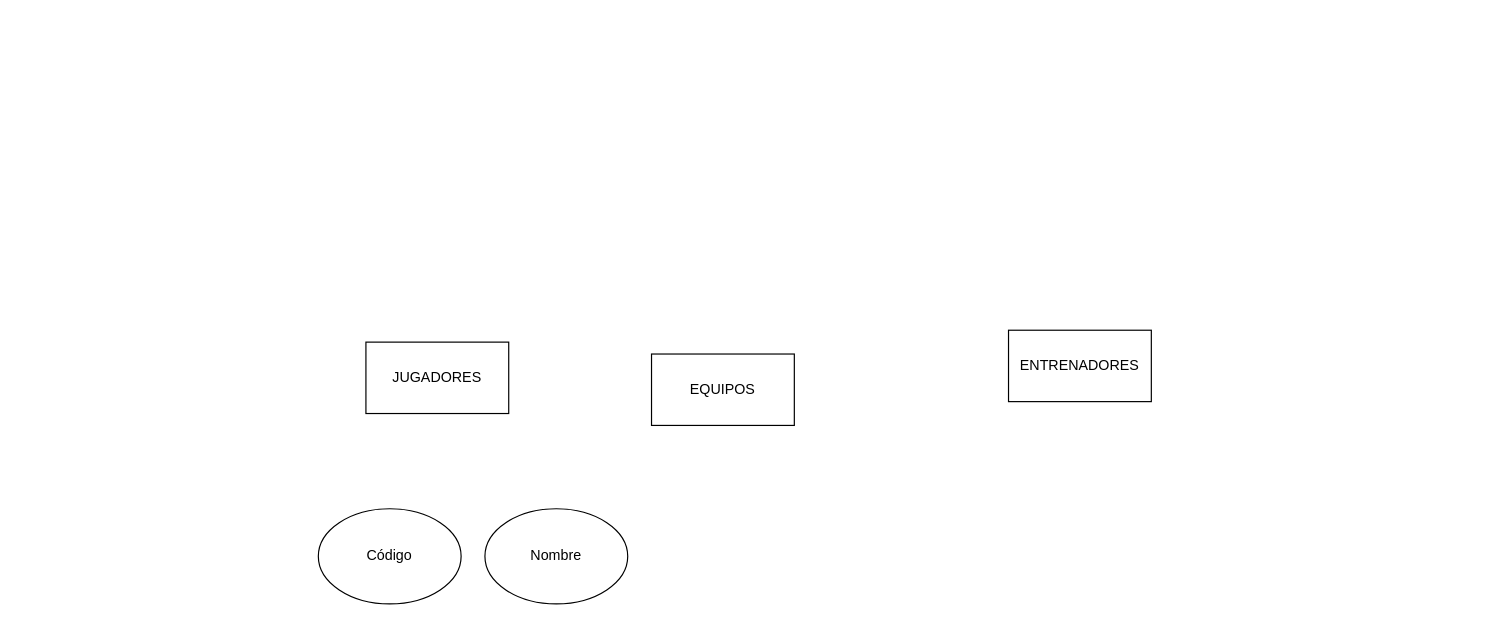
Fonsy/BBDD2021 keeps this draw.io diagram as page "La Liga" (2 of 2) of ejercicios_diagramas_e_r.drawio. Above is the earlier version. Source tidied: cells renumbered, new cells numbered last; positions are measured from the earlier drawing's top-left corner, leaving out a move shared by most shapes. Both pictures are drawn from the tidied source at 119%, with x=0, y=0 at pixel (318, 330).
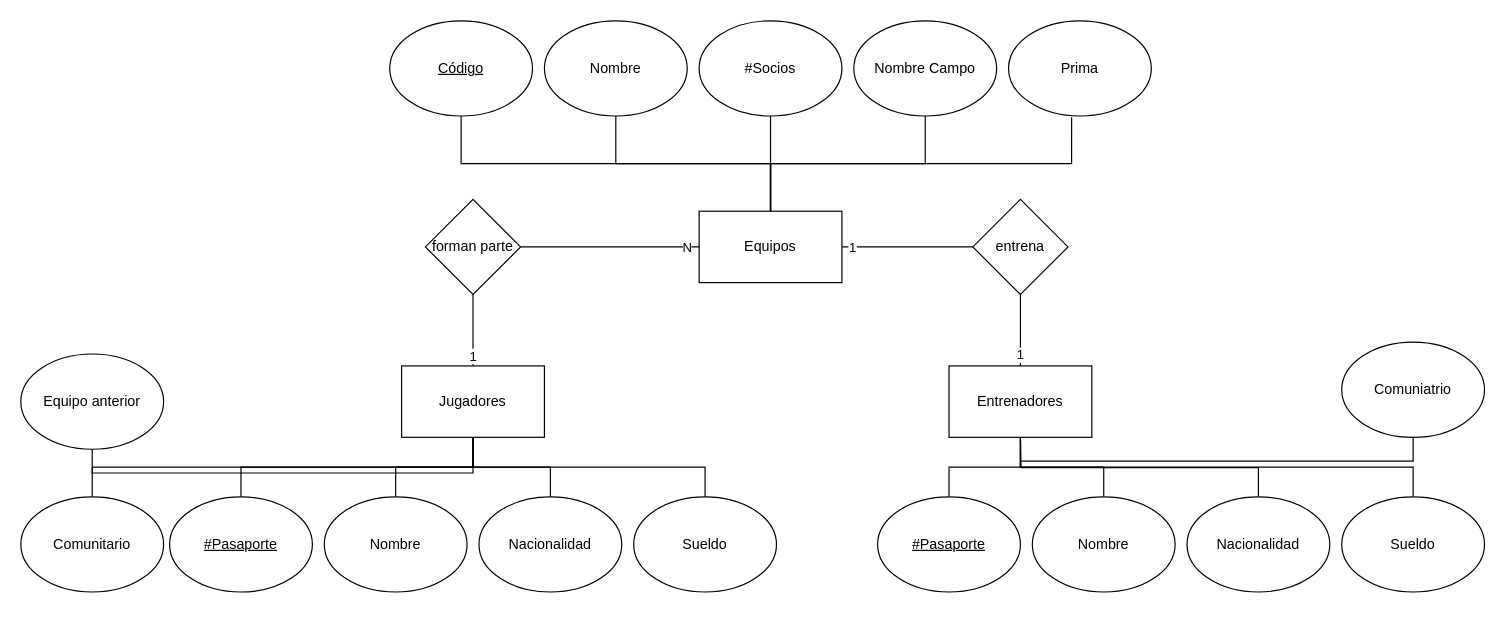
The same diagram, later.

The edit, as a diff of the source:
```diff
@@
+    <mxCell id="7" style="edgeStyle=orthogonalEdgeStyle;rounded=0;jettySize=auto;html=1;endArrow=none;endFill=0;exitX=0.5;exitY=0;exitDx=0;exitDy=0;" parent="1" edge="1" source="2" target="5">
+      <mxGeometry relative="1" as="geometry" />
+    </mxCell>
-    <mxCell id="2" value="EQUIPOS" style="rounded=0;whiteSpace=wrap;html=1;" parent="1" vertex="1">
-      <mxGeometry x="280" y="20" width="120" height="60" as="geometry" />
+    <mxCell id="2" value="Equipos" style="rounded=0;whiteSpace=wrap;html=1;" parent="1" vertex="1">
+      <mxGeometry x="320" y="-100" width="120" height="60" as="geometry" />
     </mxCell>
+    <mxCell id="8" style="edgeStyle=orthogonalEdgeStyle;rounded=0;jettySize=auto;html=1;entryX=0.5;entryY=1;entryDx=0;entryDy=0;endArrow=none;endFill=0;" parent="1" edge="1" source="3" target="21">
+      <mxGeometry relative="1" as="geometry" />
+    </mxCell>
+    <mxCell id="9" value="1" style="edgeLabel;html=1;align=center;verticalAlign=middle;" parent="8" vertex="1">
+      <mxGeometry x="-0.66" y="-1" relative="1" as="geometry">
+        <mxPoint x="-2" as="offset" />
+      </mxGeometry>
+    </mxCell>
-    <mxCell id="3" value="ENTRENADORES" style="rounded=0;whiteSpace=wrap;html=1;" parent="1" vertex="1">
-      <mxGeometry x="580" width="120" height="60" as="geometry" />
+    <mxCell id="3" value="Entrenadores" style="rounded=0;whiteSpace=wrap;html=1;" parent="1" vertex="1">
+      <mxGeometry x="530" y="30" width="120" height="60" as="geometry" />
     </mxCell>
-    <mxCell id="4" value="JUGADORES" style="rounded=0;whiteSpace=wrap;html=1;" parent="1" vertex="1">
-      <mxGeometry x="40" y="10" width="120" height="60" as="geometry" />
+    <mxCell id="4" value="Jugadores" style="rounded=0;whiteSpace=wrap;html=1;" parent="1" vertex="1">
+      <mxGeometry x="70" y="30" width="120" height="60" as="geometry" />
     </mxCell>
-    <mxCell id="5" value="Código" style="ellipse;whiteSpace=wrap;html=1;" parent="1" vertex="1">
-      <mxGeometry y="150" width="120" height="80" as="geometry" />
+    <mxCell id="5" value="Nombre" style="ellipse;whiteSpace=wrap;html=1;" parent="1" vertex="1">
+      <mxGeometry x="190" y="-260" width="120" height="80" as="geometry" />
     </mxCell>
+    <mxCell id="10" style="edgeStyle=orthogonalEdgeStyle;rounded=0;jettySize=auto;html=1;entryX=0.5;entryY=0;entryDx=0;entryDy=0;endArrow=none;endFill=0;" parent="1" edge="1" source="6" target="2">
+      <mxGeometry relative="1" as="geometry" />
+    </mxCell>
-    <mxCell id="6" value="Nombre" style="ellipse;whiteSpace=wrap;html=1;" parent="1" vertex="1">
-      <mxGeometry x="140" y="150" width="120" height="80" as="geometry" />
+    <mxCell id="6" value="#Socios" style="ellipse;whiteSpace=wrap;html=1;" parent="1" vertex="1">
+      <mxGeometry x="320" y="-260" width="120" height="80" as="geometry" />
     </mxCell>
+    <mxCell id="11" style="edgeStyle=orthogonalEdgeStyle;rounded=0;jettySize=auto;html=1;entryX=0.5;entryY=1;entryDx=0;entryDy=0;endArrow=none;endFill=0;" parent="1" edge="1" source="12" target="4">
+      <mxGeometry relative="1" as="geometry" />
+    </mxCell>
+    <mxCell id="12" value="Nombre" style="ellipse;whiteSpace=wrap;html=1;" parent="1" vertex="1">
+      <mxGeometry x="5" y="140" width="120" height="80" as="geometry" />
+    </mxCell>
+    <mxCell id="13" style="edgeStyle=orthogonalEdgeStyle;rounded=0;jettySize=auto;html=1;endArrow=none;endFill=0;exitX=0.5;exitY=0;exitDx=0;exitDy=0;" parent="1" edge="1" source="14" target="4">
+      <mxGeometry relative="1" as="geometry" />
+    </mxCell>
+    <mxCell id="14" value="&lt;u&gt;#Pasaporte&lt;/u&gt;" style="ellipse;whiteSpace=wrap;html=1;" parent="1" vertex="1">
+      <mxGeometry x="-125" y="140" width="120" height="80" as="geometry" />
+    </mxCell>
+    <mxCell id="15" style="edgeStyle=orthogonalEdgeStyle;rounded=0;jettySize=auto;html=1;endArrow=none;endFill=0;" parent="1" edge="1" source="16" target="3">
+      <mxGeometry relative="1" as="geometry" />
+    </mxCell>
+    <mxCell id="16" value="Nombre" style="ellipse;whiteSpace=wrap;html=1;" parent="1" vertex="1">
+      <mxGeometry x="600" y="140" width="120" height="80" as="geometry" />
+    </mxCell>
+    <mxCell id="17" style="edgeStyle=orthogonalEdgeStyle;rounded=0;jettySize=auto;html=1;endArrow=none;endFill=0;" parent="1" edge="1" source="18" target="3">
+      <mxGeometry relative="1" as="geometry" />
+    </mxCell>
+    <mxCell id="18" value="&lt;u&gt;#Pasaporte&lt;/u&gt;" style="ellipse;whiteSpace=wrap;html=1;" parent="1" vertex="1">
+      <mxGeometry x="470" y="140" width="120" height="80" as="geometry" />
+    </mxCell>
+    <mxCell id="19" style="edgeStyle=orthogonalEdgeStyle;rounded=0;jettySize=auto;html=1;endArrow=none;endFill=0;" parent="1" edge="1" source="21" target="2">
+      <mxGeometry relative="1" as="geometry" />
+    </mxCell>
+    <mxCell id="20" value="1" style="edgeLabel;html=1;align=center;verticalAlign=middle;" parent="19" vertex="1">
+      <mxGeometry x="0.7" y="1" relative="1" as="geometry">
+        <mxPoint x="-8" y="-1" as="offset" />
+      </mxGeometry>
+    </mxCell>
+    <mxCell id="21" value="entrena" style="rhombus;whiteSpace=wrap;html=1;" parent="1" vertex="1">
+      <mxGeometry x="550" y="-110" width="80" height="80" as="geometry" />
+    </mxCell>
+    <mxCell id="22" style="edgeStyle=orthogonalEdgeStyle;rounded=0;jettySize=auto;html=1;entryX=0.5;entryY=0;entryDx=0;entryDy=0;endArrow=none;endFill=0;exitX=0.5;exitY=1;exitDx=0;exitDy=0;" parent="1" edge="1" source="23" target="2">
+      <mxGeometry relative="1" as="geometry" />
+    </mxCell>
+    <mxCell id="23" value="Nombre Campo" style="ellipse;whiteSpace=wrap;html=1;" parent="1" vertex="1">
+      <mxGeometry x="450" y="-260" width="120" height="80" as="geometry" />
+    </mxCell>
+    <mxCell id="24" style="edgeStyle=orthogonalEdgeStyle;rounded=0;jettySize=auto;html=1;endArrow=none;endFill=0;exitX=0.5;exitY=1;exitDx=0;exitDy=0;" parent="1" edge="1" source="25" target="2">
+      <mxGeometry relative="1" as="geometry" />
+    </mxCell>
+    <mxCell id="25" value="&lt;u&gt;Código&lt;/u&gt;" style="ellipse;whiteSpace=wrap;html=1;" parent="1" vertex="1">
+      <mxGeometry x="60" y="-260" width="120" height="80" as="geometry" />
+    </mxCell>
+    <mxCell id="26" style="edgeStyle=orthogonalEdgeStyle;rounded=0;jettySize=auto;html=1;endArrow=none;endFill=0;" parent="1" edge="1" source="30" target="4">
+      <mxGeometry relative="1" as="geometry" />
+    </mxCell>
+    <mxCell id="27" value="1" style="edgeLabel;html=1;align=center;verticalAlign=middle;" parent="26" vertex="1">
+      <mxGeometry x="0.65" y="3" relative="1" as="geometry">
+        <mxPoint x="-4" y="1" as="offset" />
+      </mxGeometry>
+    </mxCell>
+    <mxCell id="28" style="edgeStyle=orthogonalEdgeStyle;rounded=0;jettySize=auto;html=1;endArrow=none;endFill=0;" parent="1" edge="1" source="30" target="2">
+      <mxGeometry relative="1" as="geometry" />
+    </mxCell>
+    <mxCell id="29" value="N" style="edgeLabel;html=1;align=center;verticalAlign=middle;" parent="28" vertex="1">
+      <mxGeometry x="0.8" relative="1" as="geometry">
+        <mxPoint x="4" as="offset" />
+      </mxGeometry>
+    </mxCell>
+    <mxCell id="30" value="forman parte" style="rhombus;whiteSpace=wrap;html=1;" parent="1" vertex="1">
+      <mxGeometry x="90" y="-110" width="80" height="80" as="geometry" />
+    </mxCell>
+    <mxCell id="31" style="edgeStyle=orthogonalEdgeStyle;rounded=0;jettySize=auto;html=1;endArrow=none;endFill=0;" parent="1" edge="1" source="32" target="4">
+      <mxGeometry relative="1" as="geometry" />
+    </mxCell>
+    <mxCell id="32" value="Nacionalidad" style="ellipse;whiteSpace=wrap;html=1;" parent="1" vertex="1">
+      <mxGeometry x="135" y="140" width="120" height="80" as="geometry" />
+    </mxCell>
+    <mxCell id="33" style="edgeStyle=orthogonalEdgeStyle;rounded=0;jettySize=auto;html=1;endArrow=none;endFill=0;exitX=0.5;exitY=0;exitDx=0;exitDy=0;" parent="1" edge="1" source="34" target="4">
+      <mxGeometry relative="1" as="geometry" />
+    </mxCell>
+    <mxCell id="34" value="Sueldo" style="ellipse;whiteSpace=wrap;html=1;" parent="1" vertex="1">
+      <mxGeometry x="265" y="140" width="120" height="80" as="geometry" />
+    </mxCell>
+    <mxCell id="35" style="edgeStyle=orthogonalEdgeStyle;rounded=0;jettySize=auto;html=1;endArrow=none;endFill=0;exitX=0.442;exitY=1.013;exitDx=0;exitDy=0;exitPerimeter=0;" parent="1" edge="1" source="36" target="2">
+      <mxGeometry relative="1" as="geometry" />
+    </mxCell>
+    <mxCell id="36" value="Prima" style="ellipse;whiteSpace=wrap;html=1;" parent="1" vertex="1">
+      <mxGeometry x="580" y="-260" width="120" height="80" as="geometry" />
+    </mxCell>
+    <mxCell id="37" style="edgeStyle=orthogonalEdgeStyle;rounded=0;jettySize=auto;html=1;endArrow=none;endFill=0;exitX=0.5;exitY=0;exitDx=0;exitDy=0;" parent="1" edge="1" source="38" target="4">
+      <mxGeometry relative="1" as="geometry" />
+    </mxCell>
+    <mxCell id="38" value="Comunitario" style="ellipse;whiteSpace=wrap;html=1;" parent="1" vertex="1">
+      <mxGeometry x="-250" y="140" width="120" height="80" as="geometry" />
+    </mxCell>
+    <mxCell id="39" style="edgeStyle=orthogonalEdgeStyle;rounded=0;jettySize=auto;html=1;entryX=0.5;entryY=1;entryDx=0;entryDy=0;endArrow=none;endFill=0;exitX=0.5;exitY=1;exitDx=0;exitDy=0;" parent="1" edge="1" source="40" target="4">
+      <mxGeometry relative="1" as="geometry" />
+    </mxCell>
+    <mxCell id="40" value="Equipo anterior" style="ellipse;whiteSpace=wrap;html=1;" parent="1" vertex="1">
+      <mxGeometry x="-250" y="20" width="120" height="80" as="geometry" />
+    </mxCell>
+    <mxCell id="41" style="edgeStyle=orthogonalEdgeStyle;rounded=0;jettySize=auto;html=1;endArrow=none;endFill=0;exitX=0.5;exitY=0;exitDx=0;exitDy=0;" parent="1" edge="1" source="42">
+      <mxGeometry relative="1" as="geometry">
+        <mxPoint x="590" y="90" as="targetPoint" />
+      </mxGeometry>
+    </mxCell>
+    <mxCell id="42" value="Nacionalidad" style="ellipse;whiteSpace=wrap;html=1;" parent="1" vertex="1">
+      <mxGeometry x="730" y="140" width="120" height="80" as="geometry" />
+    </mxCell>
+    <mxCell id="43" style="edgeStyle=orthogonalEdgeStyle;rounded=0;jettySize=auto;html=1;endArrow=none;endFill=0;exitX=0.5;exitY=0;exitDx=0;exitDy=0;" parent="1" edge="1" source="44" target="3">
+      <mxGeometry relative="1" as="geometry" />
+    </mxCell>
+    <mxCell id="44" value="Sueldo" style="ellipse;whiteSpace=wrap;html=1;" parent="1" vertex="1">
+      <mxGeometry x="860" y="140" width="120" height="80" as="geometry" />
+    </mxCell>
+    <mxCell id="45" style="edgeStyle=orthogonalEdgeStyle;rounded=0;jettySize=auto;html=1;endArrow=none;endFill=0;exitX=0.5;exitY=1;exitDx=0;exitDy=0;" parent="1" edge="1" source="46">
+      <mxGeometry relative="1" as="geometry">
+        <mxPoint x="590" y="110" as="targetPoint" />
+        <Array as="points">
+          <mxPoint x="920" y="110" />
+        </Array>
+      </mxGeometry>
+    </mxCell>
+    <mxCell id="46" value="Comuniatrio" style="ellipse;whiteSpace=wrap;html=1;" parent="1" vertex="1">
+      <mxGeometry x="860" y="10" width="120" height="80" as="geometry" />
+    </mxCell>
```
